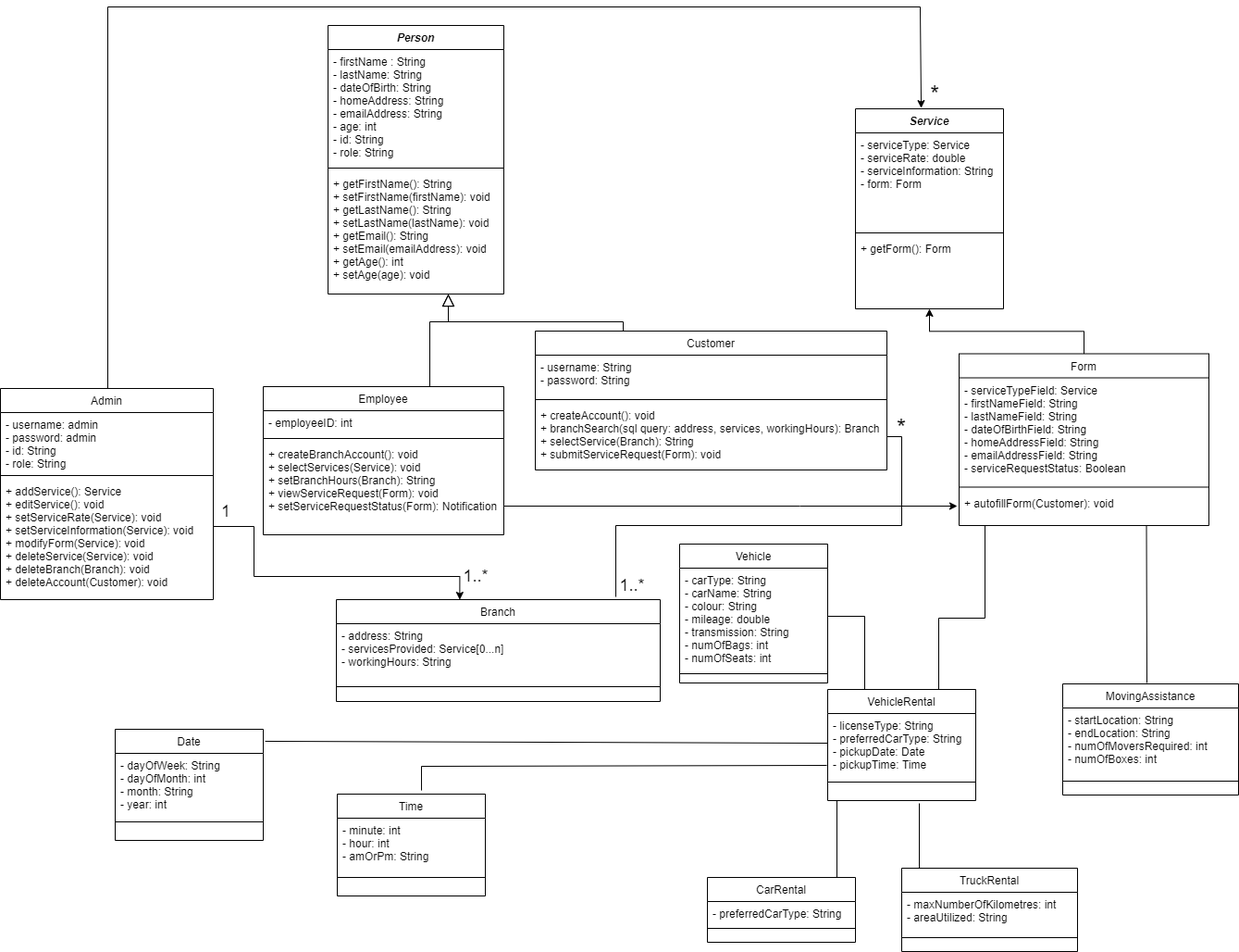
Before: UML Diagram (Updated).png, a diagram exported from draw.io (SEG2105-uottawa/GR_19). Source tidied: cells renumbered, new cells last; positions are measured from the earlier drawing's top-left corner, leaving out a move shared by most shapes.
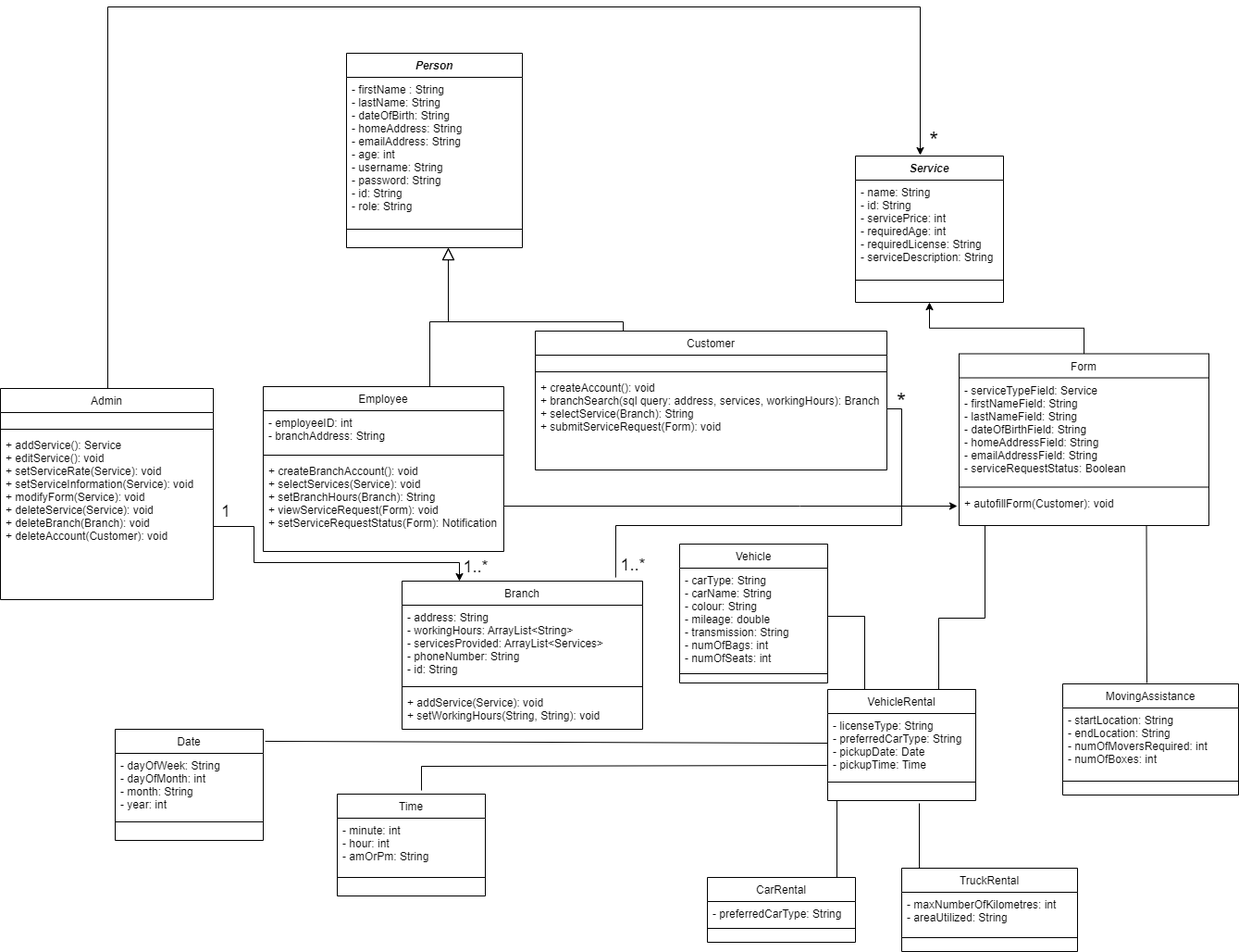
The same file after the commit.

Commit message:
Updated diagram to reflect most recent updates

Change to the diagram source:
```diff
@@ -3,20 +3,18 @@
     <mxCell id="0" />
     <mxCell id="1" parent="0" />
     <mxCell id="2" value="Person" style="swimlane;fontStyle=3;align=center;verticalAlign=top;horizontal=1;startSize=26;rounded=0;shadow=0;strokeWidth=1;" parent="1" vertex="1">
-      <mxGeometry x="354" y="20" width="190" height="290" as="geometry" />
+      <mxGeometry x="374" y="50" width="190" height="210" as="geometry" />
     </mxCell>
-    <mxCell id="3" value="- firstName : String&#10;- lastName: String&#10;- dateOfBirth: String&#10;- homeAddress: String&#10;- emailAddress: String&#10;- age: int&#10;- id: String&#10;- role: String" style="text;align=left;verticalAlign=top;spacingLeft=4;spacingRight=4;overflow=hidden;fontColor=default;" parent="2" vertex="1">
-      <mxGeometry y="26" width="190" height="124" as="geometry" />
+    <mxCell id="3" value="- firstName : String&#10;- lastName: String&#10;- dateOfBirth: String&#10;- homeAddress: String&#10;- emailAddress: String&#10;- age: int&#10;- username: String&#10;- password: String&#10;- id: String&#10;- role: String" style="text;align=left;verticalAlign=top;spacingLeft=4;spacingRight=4;overflow=hidden;fontColor=default;" parent="2" vertex="1">
+      <mxGeometry y="26" width="190" height="160" as="geometry" />
     </mxCell>
     <mxCell id="4" style="line;html=1;strokeWidth=1;align=left;verticalAlign=middle;spacingTop=-1;spacingLeft=3;spacingRight=3;labelPosition=right;" parent="2" vertex="1">
-      <mxGeometry y="150" width="190" height="8" as="geometry" />
+      <mxGeometry y="186" width="190" height="8" as="geometry" />
     </mxCell>
-    <mxCell id="5" value="+ getFirstName(): String&#10;+ setFirstName(firstName): void&#10;+ getLastName(): String&#10;+ setLastName(lastName): void&#10;+ getEmail(): String&#10;+ setEmail(emailAddress): void&#10;+ getAge(): int&#10;+ setAge(age): void&#10;" style="text;align=left;verticalAlign=top;spacingLeft=4;spacingRight=4;overflow=hidden;fontColor=default;" parent="2" vertex="1">
-      <mxGeometry y="158" width="190" height="132" as="geometry" />
-    </mxCell>
-    <mxCell id="6" style="edgeStyle=orthogonalEdgeStyle;rounded=0;jettySize=auto;html=1;exitX=0.25;exitY=0;exitDx=0;exitDy=0;strokeColor=#000000;entryX=0.444;entryY=-0.004;entryDx=0;entryDy=0;entryPerimeter=0;" parent="1" edge="1" target="11">
+    <mxCell id="6" style="edgeStyle=orthogonalEdgeStyle;rounded=0;orthogonalLoop=1;jettySize=auto;html=1;exitX=0.25;exitY=0;exitDx=0;exitDy=0;strokeColor=#000000;" parent="1" edge="1">
       <mxGeometry relative="1" as="geometry">
         <mxPoint x="116" y="420" as="sourcePoint" />
+        <mxPoint x="994" y="160" as="targetPoint" />
         <Array as="points">
           <mxPoint x="116" />
           <mxPoint x="994" />
@@ -26,30 +24,27 @@
     <mxCell id="7" value="Admin" style="swimlane;fontStyle=0;align=center;verticalAlign=top;horizontal=1;startSize=26;rounded=0;shadow=0;strokeWidth=1;fontColor=default;fillColor=default;strokeColor=default;" parent="1" vertex="1">
       <mxGeometry y="412" width="230" height="228" as="geometry" />
     </mxCell>
-    <mxCell id="8" value="- username: admin&#10;- password: admin&#10;- id: String&#10;- role: String" style="text;align=left;verticalAlign=top;spacingLeft=4;spacingRight=4;overflow=hidden;fontColor=default;" parent="7" vertex="1">
-      <mxGeometry y="26" width="230" height="64" as="geometry" />
+    <mxCell id="8" value="&#10;&#10; " style="text;align=left;verticalAlign=top;spacingLeft=4;spacingRight=4;overflow=hidden;fontColor=default;" parent="7" vertex="1">
+      <mxGeometry y="26" width="230" height="14" as="geometry" />
     </mxCell>
     <mxCell id="9" style="line;html=1;strokeWidth=1;align=left;verticalAlign=middle;spacingTop=-1;spacingLeft=3;spacingRight=3;labelPosition=right;fillColor=default;strokeColor=default;fontColor=default;" parent="7" vertex="1">
-      <mxGeometry y="90" width="230" height="8" as="geometry" />
+      <mxGeometry y="40" width="230" height="8" as="geometry" />
     </mxCell>
     <mxCell id="10" value="+ addService(): Service&#10;+ editService(): void&#10;+ setServiceRate(Service): void&#10;+ setServiceInformation(Service): void&#10;+ modifyForm(Service): void&#10;+ deleteService(Service): void&#10;+ deleteBranch(Branch): void&#10;+ deleteAccount(Customer): void" style="text;align=left;verticalAlign=top;spacingLeft=4;spacingRight=4;overflow=hidden;points=[[0,0.5],[1,0.5]];portConstraint=eastwest;fontStyle=0;fontColor=default;" parent="7" vertex="1">
-      <mxGeometry y="98" width="230" height="112" as="geometry" />
+      <mxGeometry y="48" width="230" height="112" as="geometry" />
     </mxCell>
     <mxCell id="11" value="Service" style="swimlane;fontStyle=3;align=center;verticalAlign=top;horizontal=1;startSize=26;rounded=0;shadow=0;strokeWidth=1;" parent="1" vertex="1">
-      <mxGeometry x="924" y="110" width="160" height="216" as="geometry" />
+      <mxGeometry x="924" y="161" width="160" height="158" as="geometry" />
     </mxCell>
-    <mxCell id="12" value="- serviceType: Service&#10;- serviceRate: double&#10;- serviceInformation: String&#10;- form: Form" style="text;align=left;verticalAlign=top;spacingLeft=4;spacingRight=4;overflow=hidden;" parent="11" vertex="1">
+    <mxCell id="12" value="- name: String&#10;- id: String&#10;- servicePrice: int&#10;- requiredAge: int&#10;- requiredLicense: String&#10;- serviceDescription: String" style="text;align=left;verticalAlign=top;spacingLeft=4;spacingRight=4;overflow=hidden;" parent="11" vertex="1">
       <mxGeometry y="26" width="160" height="104" as="geometry" />
     </mxCell>
     <mxCell id="13" style="line;html=1;strokeWidth=1;align=left;verticalAlign=middle;spacingTop=-1;spacingLeft=3;spacingRight=3;labelPosition=right;" parent="11" vertex="1">
       <mxGeometry y="130" width="160" height="8" as="geometry" />
     </mxCell>
-    <mxCell id="14" value="+ getForm(): Form" style="text;align=left;verticalAlign=top;spacingLeft=4;spacingRight=4;overflow=hidden;" parent="11" vertex="1">
-      <mxGeometry y="138" width="160" height="26" as="geometry" />
-    </mxCell>
     <mxCell id="15" style="edgeStyle=orthogonalEdgeStyle;rounded=0;jettySize=auto;html=1;exitX=0.75;exitY=0;exitDx=0;exitDy=0;strokeColor=#000000;labelBackgroundColor=default;fontColor=default;endArrow=block;endFill=0;strokeWidth=1;endSize=11;" parent="1" edge="1" source="16">
       <mxGeometry relative="1" as="geometry">
-        <mxPoint x="484" y="310" as="targetPoint" />
+        <mxPoint x="484" y="260" as="targetPoint" />
         <Array as="points">
           <mxPoint x="464" y="410" />
           <mxPoint x="464" y="340" />
@@ -58,20 +53,20 @@
       </mxGeometry>
     </mxCell>
     <mxCell id="16" value="Employee" style="swimlane;fontStyle=0;align=center;verticalAlign=top;horizontal=1;startSize=26;rounded=0;shadow=0;strokeWidth=1;" parent="1" vertex="1">
-      <mxGeometry x="284" y="410" width="260" height="160" as="geometry" />
+      <mxGeometry x="284" y="410" width="260" height="178" as="geometry" />
     </mxCell>
-    <mxCell id="17" value="- employeeID: int" style="text;align=left;verticalAlign=top;spacingLeft=4;spacingRight=4;overflow=hidden;" parent="16" vertex="1">
-      <mxGeometry y="26" width="260" height="26" as="geometry" />
+    <mxCell id="17" value="- employeeID: int&#10;- branchAddress: String" style="text;align=left;verticalAlign=top;spacingLeft=4;spacingRight=4;overflow=hidden;" parent="16" vertex="1">
+      <mxGeometry y="26" width="260" height="44" as="geometry" />
     </mxCell>
     <mxCell id="18" style="line;html=1;strokeWidth=1;align=left;verticalAlign=middle;spacingTop=-1;spacingLeft=3;spacingRight=3;labelPosition=right;" parent="16" vertex="1">
-      <mxGeometry y="52" width="260" height="8" as="geometry" />
+      <mxGeometry y="70" width="260" height="8" as="geometry" />
     </mxCell>
     <mxCell id="19" value="+ createBranchAccount(): void&#10;+ selectServices(Service): void&#10;+ setBranchHours(Branch): String&#10;+ viewServiceRequest(Form): void&#10;+ setServiceRequestStatus(Form): Notification" style="text;align=left;verticalAlign=top;spacingLeft=4;spacingRight=4;overflow=hidden;fontStyle=0;" parent="16" vertex="1">
-      <mxGeometry y="60" width="260" height="100" as="geometry" />
+      <mxGeometry y="78" width="260" height="100" as="geometry" />
     </mxCell>
     <mxCell id="20" style="edgeStyle=orthogonalEdgeStyle;rounded=0;jettySize=auto;html=1;exitX=0.25;exitY=0;exitDx=0;exitDy=0;labelBackgroundColor=default;fontColor=default;endArrow=block;endFill=0;endSize=11;strokeColor=default;strokeWidth=1;" parent="1" edge="1" source="21">
       <mxGeometry relative="1" as="geometry">
-        <mxPoint x="484" y="310" as="targetPoint" />
+        <mxPoint x="484" y="260" as="targetPoint" />
         <Array as="points">
           <mxPoint x="673" y="340" />
           <mxPoint x="484" y="340" />
@@ -81,14 +76,14 @@
     <mxCell id="21" value="Customer" style="swimlane;fontStyle=0;align=center;verticalAlign=top;horizontal=1;startSize=26;rounded=0;shadow=0;strokeWidth=1;" parent="1" vertex="1">
       <mxGeometry x="578" y="350" width="380" height="150" as="geometry" />
     </mxCell>
-    <mxCell id="22" value="- username: String&#10;- password: String&#10;" style="text;align=left;verticalAlign=top;spacingLeft=4;spacingRight=4;overflow=hidden;" parent="21" vertex="1">
-      <mxGeometry y="26" width="380" height="44" as="geometry" />
+    <mxCell id="22" value="&#10;&#10;" style="text;align=left;verticalAlign=top;spacingLeft=4;spacingRight=4;overflow=hidden;" parent="21" vertex="1">
+      <mxGeometry y="26" width="380" height="14" as="geometry" />
     </mxCell>
     <mxCell id="23" style="line;html=1;strokeWidth=1;align=left;verticalAlign=middle;spacingTop=-1;spacingLeft=3;spacingRight=3;labelPosition=right;" parent="21" vertex="1">
-      <mxGeometry y="70" width="380" height="8" as="geometry" />
+      <mxGeometry y="40" width="380" height="8" as="geometry" />
     </mxCell>
     <mxCell id="24" value="+ createAccount(): void&#10;+ branchSearch(sql query: address, services, workingHours): Branch&#10;+ selectService(Branch): String&#10;+ submitServiceRequest(Form): void" style="text;align=left;verticalAlign=top;spacingLeft=4;spacingRight=4;overflow=hidden;points=[[0,0.5],[1,0.5]];portConstraint=eastwest;fontStyle=0;" parent="21" vertex="1">
-      <mxGeometry y="78" width="380" height="72" as="geometry" />
+      <mxGeometry y="48" width="380" height="72" as="geometry" />
     </mxCell>
     <mxCell id="25" style="edgeStyle=orthogonalEdgeStyle;rounded=0;jettySize=auto;html=1;exitX=0.5;exitY=0;exitDx=0;exitDy=0;entryX=0.5;entryY=1;entryDx=0;entryDy=0;strokeColor=#000000;" parent="1" edge="1" source="26" target="11">
       <mxGeometry relative="1" as="geometry" />
@@ -141,15 +136,6 @@
     <mxCell id="41" style="line;html=1;strokeWidth=1;align=left;verticalAlign=middle;spacingTop=-1;spacingLeft=3;spacingRight=3;labelPosition=right;" parent="39" vertex="1">
       <mxGeometry y="100" width="190" height="10" as="geometry" />
     </mxCell>
-    <mxCell id="42" value="Branch" style="swimlane;fontStyle=0;align=center;verticalAlign=top;horizontal=1;startSize=26;rounded=0;shadow=0;strokeWidth=1;" parent="1" vertex="1">
-      <mxGeometry x="363" y="640" width="350" height="110" as="geometry" />
-    </mxCell>
-    <mxCell id="43" value="- address: String&#10;- servicesProvided: Service[0...n]&#10;- workingHours: String&#10;" style="text;align=left;verticalAlign=top;spacingLeft=4;spacingRight=4;overflow=hidden;" parent="42" vertex="1">
-      <mxGeometry y="26" width="350" height="64" as="geometry" />
-    </mxCell>
-    <mxCell id="44" style="line;html=1;strokeWidth=1;align=left;verticalAlign=middle;spacingTop=-1;spacingLeft=3;spacingRight=3;labelPosition=right;" parent="42" vertex="1">
-      <mxGeometry y="90" width="350" height="8" as="geometry" />
-    </mxCell>
     <mxCell id="45" style="edgeStyle=orthogonalEdgeStyle;rounded=0;orthogonalLoop=1;jettySize=auto;html=1;strokeColor=#000000;" parent="1" edge="1">
       <mxGeometry relative="1" as="geometry">
         <mxPoint x="544" y="539" as="sourcePoint" />
@@ -160,12 +146,14 @@
         </Array>
       </mxGeometry>
     </mxCell>
-    <mxCell id="46" style="edgeStyle=orthogonalEdgeStyle;rounded=0;jettySize=auto;html=1;exitX=1;exitY=0.5;exitDx=0;exitDy=0;strokeColor=#000000;entryX=0.381;entryY=0.001;entryDx=0;entryDy=0;entryPerimeter=0;labelBackgroundColor=default;fontColor=default;" parent="1" edge="1" source="10" target="42">
+    <mxCell id="46" style="edgeStyle=orthogonalEdgeStyle;rounded=0;jettySize=auto;html=1;exitX=1;exitY=0.5;exitDx=0;exitDy=0;strokeColor=#000000;labelBackgroundColor=default;fontColor=default;" parent="1" edge="1" source="10">
       <mxGeometry relative="1" as="geometry">
+        <mxPoint x="496" y="620" as="targetPoint" />
         <Array as="points">
+          <mxPoint x="230" y="561" />
           <mxPoint x="274" y="561" />
-          <mxPoint x="274" y="615" />
-          <mxPoint x="496" y="615" />
+          <mxPoint x="274" y="600" />
+          <mxPoint x="496" y="600" />
         </Array>
       </mxGeometry>
     </mxCell>
@@ -197,13 +185,13 @@
       <mxGeometry y="130" width="160" height="20" as="geometry" />
     </mxCell>
     <mxCell id="56" value="1..*" style="text;html=1;strokeColor=none;fillColor=none;align=center;verticalAlign=middle;whiteSpace=wrap;rounded=0;fontColor=default;fontSize=18;" parent="1" vertex="1">
-      <mxGeometry x="484" y="600" width="60" height="30" as="geometry" />
+      <mxGeometry x="484" y="590" width="60" height="30" as="geometry" />
     </mxCell>
     <mxCell id="57" value="1" style="text;html=1;strokeColor=none;fillColor=none;align=center;verticalAlign=middle;whiteSpace=wrap;rounded=0;fontColor=default;fontSize=18;" parent="1" vertex="1">
       <mxGeometry x="234" y="535" width="20" height="20" as="geometry" />
     </mxCell>
     <mxCell id="58" value="*" style="text;html=1;strokeColor=none;fillColor=none;align=center;verticalAlign=middle;whiteSpace=wrap;rounded=0;fontColor=default;fontSize=25;" parent="1" vertex="1">
-      <mxGeometry x="995" y="80" width="30" height="25" as="geometry" />
+      <mxGeometry x="994" y="130" width="30" height="25" as="geometry" />
     </mxCell>
     <mxCell id="59" style="endArrow=none;html=1;rounded=0;labelBackgroundColor=default;fontColor=default;endSize=11;strokeColor=default;strokeWidth=1;entryX=-0.006;entryY=0.875;entryDx=0;entryDy=0;entryPerimeter=0;exitX=0.569;exitY=-0.036;exitDx=0;exitDy=0;exitPerimeter=0;" parent="1" edge="1" source="50" target="37">
       <mxGeometry relative="1" as="geometry">
@@ -212,20 +200,20 @@
         </Array>
       </mxGeometry>
     </mxCell>
-    <mxCell id="60" style="endArrow=none;html=1;rounded=0;labelBackgroundColor=default;fontColor=default;endSize=11;strokeColor=default;strokeWidth=1;entryX=0.863;entryY=-0.027;entryDx=0;entryDy=0;entryPerimeter=0;exitX=1;exitY=0.5;exitDx=0;exitDy=0;" parent="1" edge="1" source="24" target="42">
+    <mxCell id="60" style="endArrow=none;html=1;rounded=0;labelBackgroundColor=default;fontColor=default;endSize=11;strokeColor=default;strokeWidth=1;exitX=1;exitY=0.5;exitDx=0;exitDy=0;entryX=0.888;entryY=-0.025;entryDx=0;entryDy=0;entryPerimeter=0;" parent="1" edge="1" source="24" target="42">
       <mxGeometry relative="1" as="geometry">
         <Array as="points">
-          <mxPoint x="974" y="464" />
+          <mxPoint x="974" y="434" />
           <mxPoint x="974" y="560" />
           <mxPoint x="665" y="560" />
         </Array>
       </mxGeometry>
     </mxCell>
     <mxCell id="61" value="&lt;font style=&quot;font-size: 26px;&quot;&gt;*&lt;/font&gt;" style="text;html=1;strokeColor=none;fillColor=none;align=center;verticalAlign=middle;whiteSpace=wrap;rounded=0;fontColor=default;fontSize=26;" parent="1" vertex="1">
-      <mxGeometry x="944" y="440" width="60" height="30" as="geometry" />
+      <mxGeometry x="944" y="412" width="60" height="30" as="geometry" />
     </mxCell>
     <mxCell id="62" value="1..*" style="text;html=1;strokeColor=none;fillColor=none;align=center;verticalAlign=middle;whiteSpace=wrap;rounded=0;fontColor=default;fontSize=18;" parent="1" vertex="1">
-      <mxGeometry x="653" y="610" width="60" height="30" as="geometry" />
+      <mxGeometry x="654" y="588" width="60" height="30" as="geometry" />
     </mxCell>
     <mxCell id="63" style="endArrow=none;html=1;rounded=0;labelBackgroundColor=default;fontSize=18;fontColor=default;endSize=11;strokeColor=default;strokeWidth=1;exitX=1.013;exitY=0.108;exitDx=0;exitDy=0;exitPerimeter=0;entryX=0;entryY=0.5;entryDx=0;entryDy=0;" parent="1" edge="1" source="47" target="37">
       <mxGeometry relative="1" as="geometry" />
@@ -262,5 +250,17 @@
         <mxPoint x="993" y="860" as="sourcePoint" />
       </mxGeometry>
     </mxCell>
+    <mxCell id="42" value="Branch" style="swimlane;fontStyle=0;align=center;verticalAlign=top;horizontal=1;startSize=26;rounded=0;shadow=0;strokeWidth=1;" parent="1" vertex="1">
+      <mxGeometry x="434" y="620" width="260" height="160" as="geometry" />
+    </mxCell>
+    <mxCell id="69" value="- address: String&#10;- workingHours: ArrayList&lt;String&gt;&#10;- servicesProvided: ArrayList&lt;Services&gt;&#10;- phoneNumber: String&#10;- id: String" style="text;align=left;verticalAlign=top;spacingLeft=4;spacingRight=4;overflow=hidden;" parent="42" vertex="1">
+      <mxGeometry y="26" width="260" height="84" as="geometry" />
+    </mxCell>
+    <mxCell id="70" style="line;html=1;strokeWidth=1;align=left;verticalAlign=middle;spacingTop=-1;spacingLeft=3;spacingRight=3;labelPosition=right;" parent="42" vertex="1">
+      <mxGeometry y="110" width="260" height="8" as="geometry" />
+    </mxCell>
+    <mxCell id="71" value="+ addService(Service): void&#10;+ setWorkingHours(String, String): void" style="text;align=left;verticalAlign=top;spacingLeft=4;spacingRight=4;overflow=hidden;fontStyle=0;" parent="42" vertex="1">
+      <mxGeometry y="118" width="260" height="42" as="geometry" />
+    </mxCell>
   </root>
 </mxGraphModel>
```
